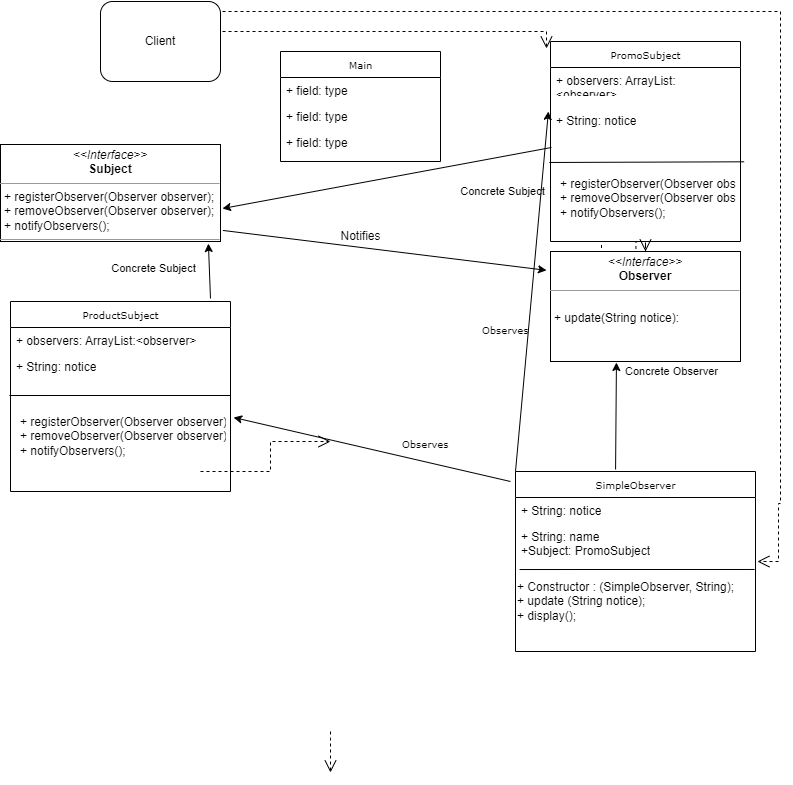
This is Assign5Part1Class.drawio.png from jimmyjazz31/CS665Assign5, a draw.io export, as it was before one commit. Source tidied: cells renumbered, new cells last; positions are measured from the earlier drawing's top-left corner, leaving out a move shared by most shapes.
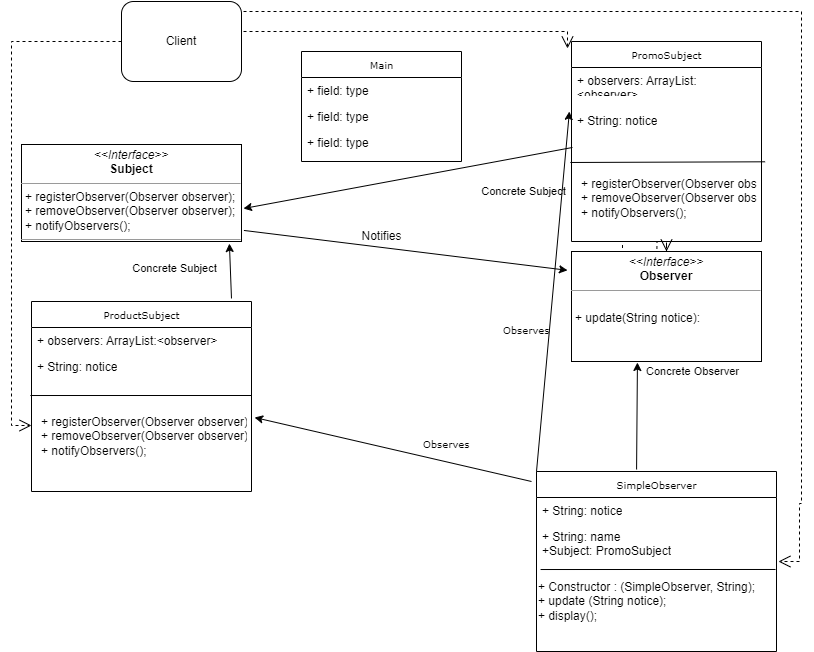
Above is the later version.

What changed in the source:
```diff
@@ -56,16 +56,6 @@
     <mxCell id="19" style="endArrow=none;html=1;rounded=0;exitX=0.017;exitY=-0.033;exitDx=0;exitDy=0;exitPerimeter=0;entryX=0.996;entryY=0.958;entryDx=0;entryDy=0;entryPerimeter=0;" parent="15" edge="1" source="18" target="17">
       <mxGeometry relative="1" as="geometry" />
     </mxCell>
-    <mxCell id="20" style="edgeStyle=orthogonalEdgeStyle;rounded=0;html=1;dashed=1;labelBackgroundColor=none;startFill=0;endArrow=open;endFill=0;endSize=10;fontFamily=Verdana;fontSize=10;" parent="1" edge="1">
-      <mxGeometry relative="1" as="geometry">
-        <mxPoint x="330" y="730" as="sourcePoint" />
-        <mxPoint x="330" y="771" as="targetPoint" />
-        <Array as="points">
-          <mxPoint x="330" y="737" />
-          <mxPoint x="330" y="737" />
-        </Array>
-      </mxGeometry>
-    </mxCell>
     <mxCell id="21" style="edgeStyle=orthogonalEdgeStyle;rounded=0;html=1;dashed=1;labelBackgroundColor=none;startFill=0;endArrow=open;endFill=0;endSize=10;fontFamily=Verdana;fontSize=10;" parent="1" edge="1" source="37">
       <mxGeometry relative="1" as="geometry">
         <mxPoint x="635" y="280" as="targetPoint" />
@@ -93,13 +83,11 @@
         <mxPoint x="-111" y="152" as="offset" />
       </mxGeometry>
     </mxCell>
-    <mxCell id="26" style="edgeStyle=orthogonalEdgeStyle;rounded=0;html=1;dashed=1;labelBackgroundColor=none;startFill=0;endArrow=open;endFill=0;endSize=10;fontFamily=Verdana;fontSize=10;" parent="1" edge="1">
+    <mxCell id="26" style="edgeStyle=orthogonalEdgeStyle;rounded=0;html=1;dashed=1;labelBackgroundColor=none;startFill=0;endArrow=open;endFill=0;endSize=10;fontFamily=Verdana;fontSize=10;entryX=0;entryY=0.5;entryDx=0;entryDy=0;exitX=0;exitY=0.5;exitDx=0;exitDy=0;" parent="1" edge="1" source="30" target="5">
       <mxGeometry relative="1" as="geometry">
-        <mxPoint x="200" y="470" as="sourcePoint" />
-        <mxPoint x="330" y="440" as="targetPoint" />
         <Array as="points">
-          <mxPoint x="270" y="470" />
-          <mxPoint x="270" y="440" />
+          <mxPoint x="-10" y="40" />
+          <mxPoint x="-10" y="424" />
         </Array>
       </mxGeometry>
     </mxCell>
```
